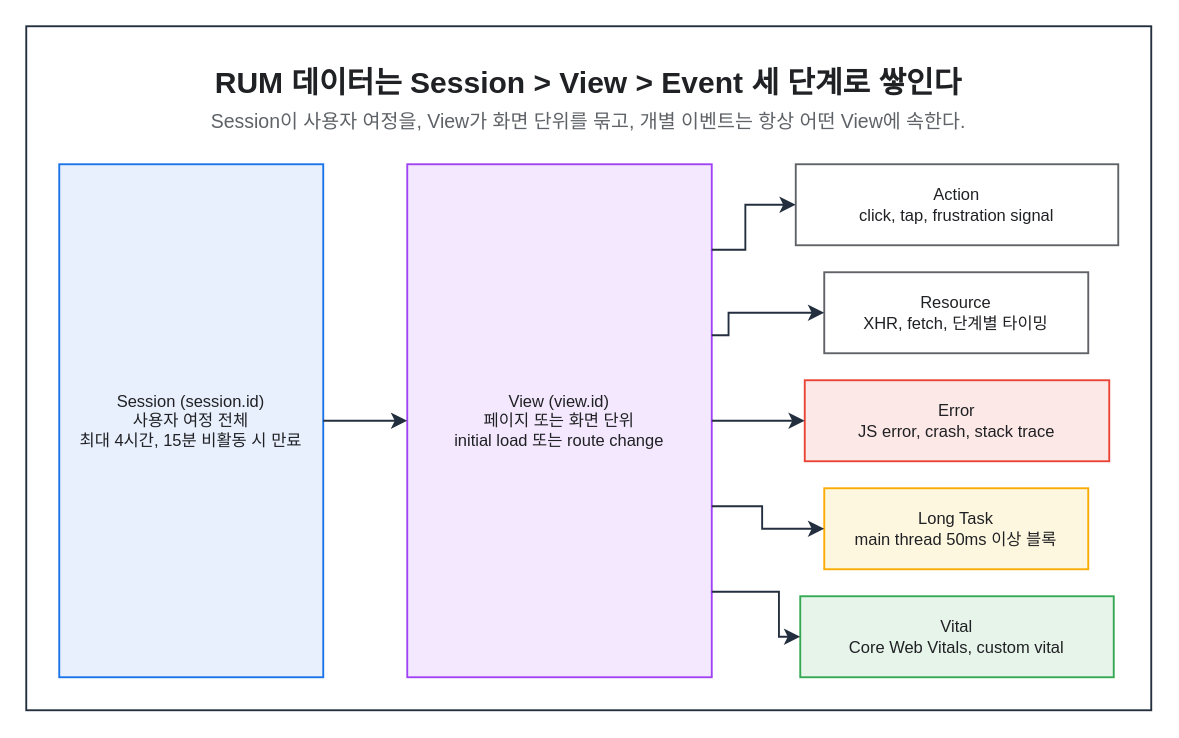
Before: assets/img/observability/datadog-rum-01-data-model.drawio in KKamJi98/kkamji98.github.io, a draw.io diagram. Source tidied: cells renumbered, new cells numbered last; positions are measured from the earlier drawing's top-left corner, leaving out a move shared by most shapes. Both pictures are drawn from the tidied source at 150%, with x=0, y=0 at pixel (26, 26).
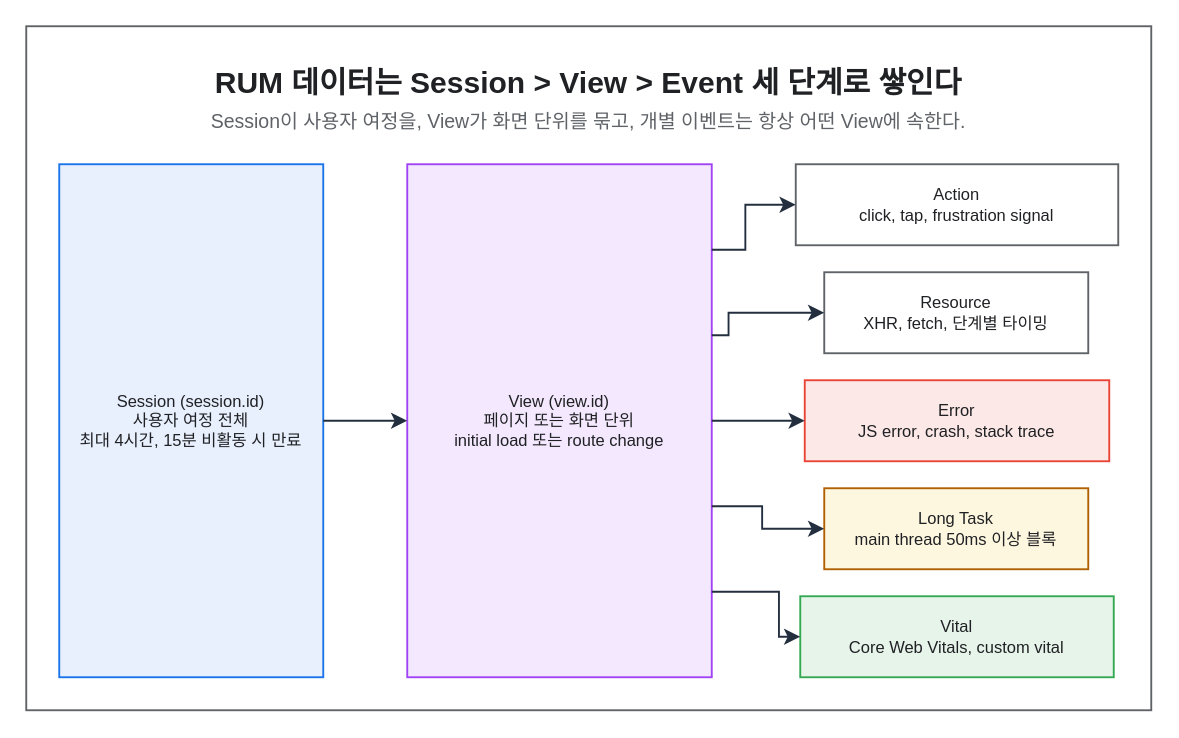
Above is the later version.

What changed in the source:
```diff
@@
-    <mxCell id="2" style="rounded=0;html=0;fillColor=none;strokeColor=#232F3E;fontColor=#202124;strokeWidth=1.25;" parent="1" vertex="1">
+    <mxCell id="2" style="rounded=0;html=0;fillColor=none;strokeColor=#5F6368;fontColor=#202124;strokeWidth=1.25;" parent="1" vertex="1">
       <mxGeometry width="750" height="456" as="geometry" />
     </mxCell>
@@
-    <mxCell id="10" value="Long Task&#10;main thread 50ms 이상 블록" style="rounded=0;whiteSpace=wrap;html=0;fillColor=#FEF7E0;strokeColor=#F9AB00;fontColor=#202124;fontSize=11;fontStyle=0;align=center;verticalAlign=middle;spacingLeft=6;spacingRight=6;strokeWidth=1.25;" parent="1" vertex="1">
+    <mxCell id="10" value="Long Task&#10;main thread 50ms 이상 블록" style="rounded=0;whiteSpace=wrap;html=0;fillColor=#FEF7E0;strokeColor=#B06000;fontColor=#202124;fontSize=11;fontStyle=0;align=center;verticalAlign=middle;spacingLeft=6;spacingRight=6;strokeWidth=1.25;" parent="1" vertex="1">
       <mxGeometry x="532" y="308" width="176" height="54" as="geometry" />
     </mxCell>
```
